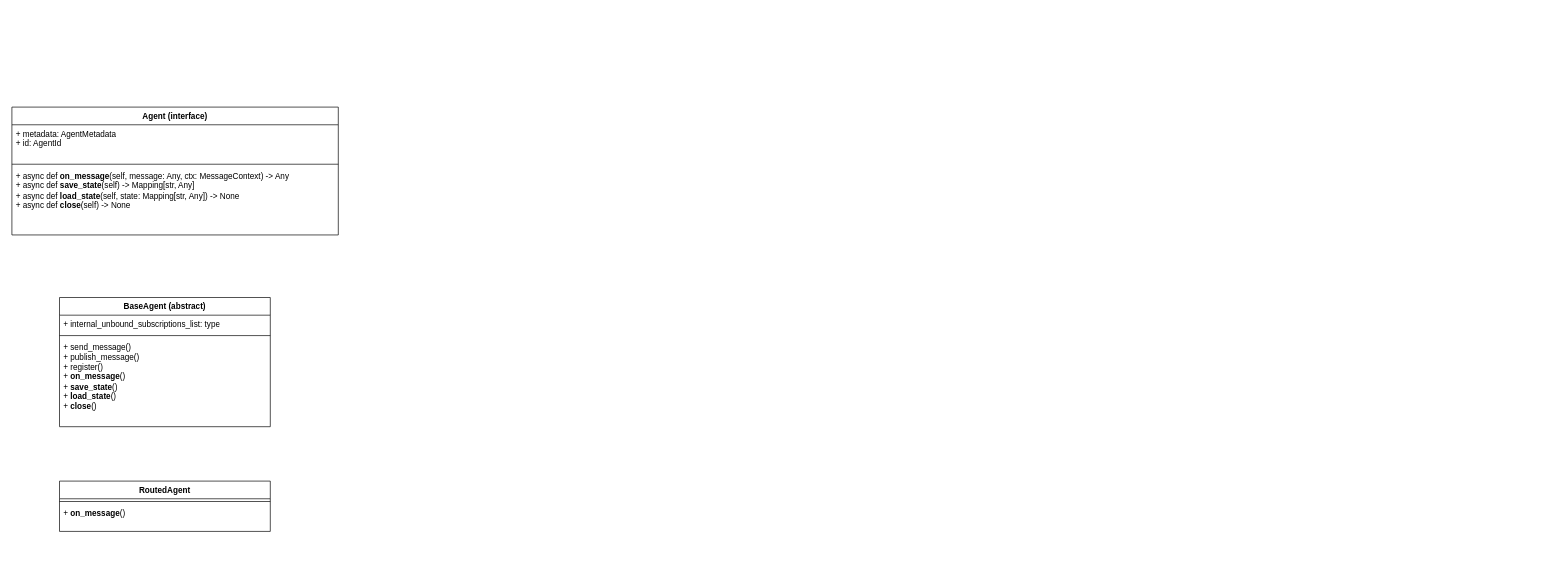
This is page "Core" (1 of 2) of docs/Autogen.drawio from 420-ai/OpenOperator, a draw.io file, before an edit. Source tidied: cells renumbered, new cells numbered last; positions are measured from the earlier drawing's top-left corner, leaving out a move shared by most shapes. Both pictures are drawn from the tidied source at 68%, with x=0, y=0 at pixel (12, 107).
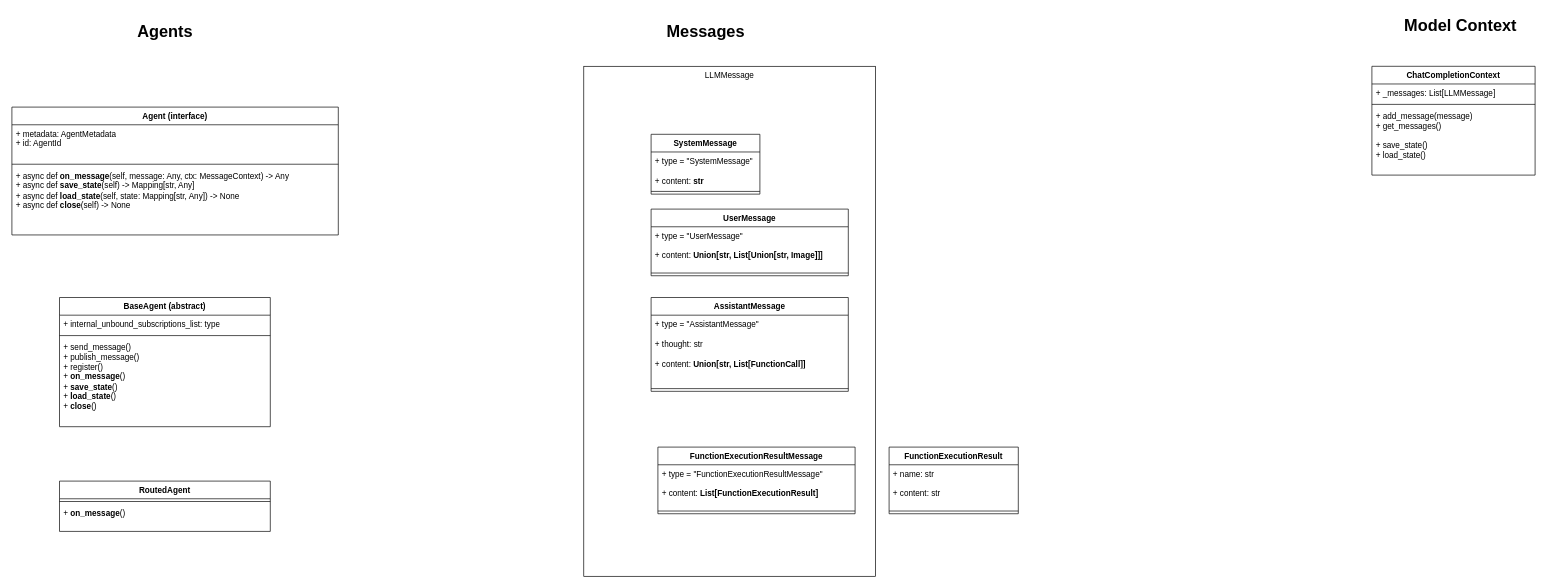
The same diagram, later.

Diff of the diagram source:
```diff
@@
+    <mxCell id="13" value="LLMMessage" style="rounded=0;whiteSpace=wrap;html=1;verticalAlign=top;" parent="1" vertex="1">
+      <mxGeometry x="841" y="-60" width="429" height="750" as="geometry" />
+    </mxCell>
@@
+    <mxCell id="14" value="SystemMessage" style="swimlane;fontStyle=1;align=center;verticalAlign=top;horizontal=1;startSize=26;whiteSpace=wrap;html=1;" parent="1" vertex="1">
+      <mxGeometry x="940" y="40" width="160" height="88" as="geometry" />
+    </mxCell>
+    <mxCell id="15" value="+ type = &quot;SystemMessage&quot;&lt;div&gt;&lt;br&gt;&lt;div&gt;+ content: &lt;b&gt;str&lt;/b&gt;&lt;/div&gt;&lt;/div&gt;" style="text;strokeColor=none;fillColor=none;align=left;verticalAlign=top;spacingLeft=4;spacingRight=4;overflow=hidden;whiteSpace=wrap;html=1;" parent="14" vertex="1">
+      <mxGeometry y="26" width="160" height="54" as="geometry" />
+    </mxCell>
+    <mxCell id="16" style="line;strokeWidth=1;fillColor=none;align=left;verticalAlign=middle;spacingTop=-1;spacingLeft=3;spacingRight=3;labelPosition=right;strokeColor=inherit;" parent="14" vertex="1">
+      <mxGeometry y="80" width="160" height="8" as="geometry" />
+    </mxCell>
+    <mxCell id="17" value="UserMessage" style="swimlane;fontStyle=1;align=center;verticalAlign=top;horizontal=1;startSize=26;whiteSpace=wrap;html=1;" parent="1" vertex="1">
+      <mxGeometry x="940" y="150" width="290" height="98" as="geometry" />
+    </mxCell>
+    <mxCell id="18" value="+ type = &quot;UserMessage&quot;&lt;div&gt;&lt;br&gt;&lt;div&gt;+ content:&amp;nbsp;&lt;b&gt;Union[str, List[Union[str, Image]]]&lt;/b&gt;&lt;/div&gt;&lt;/div&gt;" style="text;strokeColor=none;fillColor=none;align=left;verticalAlign=top;spacingLeft=4;spacingRight=4;overflow=hidden;whiteSpace=wrap;html=1;" parent="17" vertex="1">
+      <mxGeometry y="26" width="290" height="64" as="geometry" />
+    </mxCell>
+    <mxCell id="19" style="line;strokeWidth=1;fillColor=none;align=left;verticalAlign=middle;spacingTop=-1;spacingLeft=3;spacingRight=3;labelPosition=right;strokeColor=inherit;" parent="17" vertex="1">
+      <mxGeometry y="90" width="290" height="8" as="geometry" />
+    </mxCell>
+    <mxCell id="20" value="AssistantMessage" style="swimlane;fontStyle=1;align=center;verticalAlign=top;horizontal=1;startSize=26;whiteSpace=wrap;html=1;" parent="1" vertex="1">
+      <mxGeometry x="940" y="280" width="290" height="138" as="geometry" />
+    </mxCell>
+    <mxCell id="21" value="+ type = &quot;AssistantMessage&quot;&lt;div&gt;&lt;br&gt;&lt;/div&gt;&lt;div&gt;+&amp;nbsp;thought: str&lt;br&gt;&lt;div&gt;&lt;br&gt;&lt;div&gt;+ content:&amp;nbsp;&lt;b&gt;Union[str, List[FunctionCall]]&lt;/b&gt;&lt;/div&gt;&lt;/div&gt;&lt;/div&gt;" style="text;strokeColor=none;fillColor=none;align=left;verticalAlign=top;spacingLeft=4;spacingRight=4;overflow=hidden;whiteSpace=wrap;html=1;" parent="20" vertex="1">
+      <mxGeometry y="26" width="290" height="104" as="geometry" />
+    </mxCell>
+    <mxCell id="22" style="line;strokeWidth=1;fillColor=none;align=left;verticalAlign=middle;spacingTop=-1;spacingLeft=3;spacingRight=3;labelPosition=right;strokeColor=inherit;" parent="20" vertex="1">
+      <mxGeometry y="130" width="290" height="8" as="geometry" />
+    </mxCell>
+    <mxCell id="23" value="FunctionExecutionResult" style="swimlane;fontStyle=1;align=center;verticalAlign=top;horizontal=1;startSize=26;whiteSpace=wrap;html=1;" parent="1" vertex="1">
+      <mxGeometry x="1290" y="500" width="190" height="98" as="geometry" />
+    </mxCell>
+    <mxCell id="24" value="&lt;div&gt;&lt;span style=&quot;background-color: initial;&quot;&gt;+&amp;nbsp;name: str&lt;/span&gt;&lt;/div&gt;&lt;div&gt;&lt;div&gt;&lt;br&gt;&lt;div&gt;+ content: str&lt;/div&gt;&lt;/div&gt;&lt;/div&gt;" style="text;strokeColor=none;fillColor=none;align=left;verticalAlign=top;spacingLeft=4;spacingRight=4;overflow=hidden;whiteSpace=wrap;html=1;" parent="23" vertex="1">
+      <mxGeometry y="26" width="190" height="64" as="geometry" />
+    </mxCell>
+    <mxCell id="25" style="line;strokeWidth=1;fillColor=none;align=left;verticalAlign=middle;spacingTop=-1;spacingLeft=3;spacingRight=3;labelPosition=right;strokeColor=inherit;" parent="23" vertex="1">
+      <mxGeometry y="90" width="190" height="8" as="geometry" />
+    </mxCell>
+    <mxCell id="26" value="FunctionExecutionResultMessage" style="swimlane;fontStyle=1;align=center;verticalAlign=top;horizontal=1;startSize=26;whiteSpace=wrap;html=1;" parent="1" vertex="1">
+      <mxGeometry x="950" y="500" width="290" height="98" as="geometry" />
+    </mxCell>
+    <mxCell id="27" value="&lt;div&gt;&lt;span style=&quot;background-color: initial;&quot;&gt;+ type =&amp;nbsp;&lt;/span&gt;&lt;span style=&quot;background-color: initial;&quot;&gt;&quot;FunctionExecutionResultMessage&quot;&lt;/span&gt;&lt;/div&gt;&lt;div&gt;&lt;div&gt;&lt;br&gt;&lt;div&gt;+ content:&amp;nbsp;&lt;b&gt;List[FunctionExecutionResult]&lt;/b&gt;&lt;/div&gt;&lt;/div&gt;&lt;/div&gt;" style="text;strokeColor=none;fillColor=none;align=left;verticalAlign=top;spacingLeft=4;spacingRight=4;overflow=hidden;whiteSpace=wrap;html=1;" parent="26" vertex="1">
+      <mxGeometry y="26" width="290" height="64" as="geometry" />
+    </mxCell>
+    <mxCell id="28" style="line;strokeWidth=1;fillColor=none;align=left;verticalAlign=middle;spacingTop=-1;spacingLeft=3;spacingRight=3;labelPosition=right;strokeColor=inherit;" parent="26" vertex="1">
+      <mxGeometry y="90" width="290" height="8" as="geometry" />
+    </mxCell>
+    <mxCell id="29" value="Agents" style="text;strokeColor=none;fillColor=none;html=1;fontSize=24;fontStyle=1;verticalAlign=middle;align=center;" parent="1" vertex="1">
+      <mxGeometry x="175" y="-130" width="100" height="40" as="geometry" />
+    </mxCell>
+    <mxCell id="30" value="Messages" style="text;strokeColor=none;fillColor=none;html=1;fontSize=24;fontStyle=1;verticalAlign=middle;align=center;" parent="1" vertex="1">
+      <mxGeometry x="970" y="-130" width="100" height="40" as="geometry" />
+    </mxCell>
+    <mxCell id="31" value="Model Context" style="text;strokeColor=none;fillColor=none;html=1;fontSize=24;fontStyle=1;verticalAlign=middle;align=center;" parent="1" vertex="1">
+      <mxGeometry x="2080" y="-140" width="100" height="40" as="geometry" />
+    </mxCell>
+    <mxCell id="32" value="ChatCompletionContext" style="swimlane;fontStyle=1;align=center;verticalAlign=top;horizontal=1;startSize=26;whiteSpace=wrap;html=1;" parent="1" vertex="1">
+      <mxGeometry x="2000" y="-60" width="240" height="160" as="geometry" />
+    </mxCell>
+    <mxCell id="33" value="+&amp;nbsp;_messages: List[LLMMessage]" style="text;strokeColor=none;fillColor=none;align=left;verticalAlign=top;spacingLeft=4;spacingRight=4;overflow=hidden;whiteSpace=wrap;html=1;" parent="32" vertex="1">
+      <mxGeometry y="26" width="240" height="26" as="geometry" />
+    </mxCell>
+    <mxCell id="34" style="line;strokeWidth=1;fillColor=none;align=left;verticalAlign=middle;spacingTop=-1;spacingLeft=3;spacingRight=3;labelPosition=right;strokeColor=inherit;" parent="32" vertex="1">
+      <mxGeometry y="52" width="240" height="8" as="geometry" />
+    </mxCell>
+    <mxCell id="35" value="+ add_message(message)&lt;div&gt;+ get_messages()&lt;/div&gt;&lt;div&gt;&lt;br&gt;&lt;/div&gt;&lt;div&gt;+ save_state()&lt;/div&gt;&lt;div&gt;+ load_state()&lt;/div&gt;" style="text;strokeColor=none;fillColor=none;align=left;verticalAlign=top;spacingLeft=4;spacingRight=4;overflow=hidden;whiteSpace=wrap;html=1;" parent="32" vertex="1">
+      <mxGeometry y="60" width="240" height="100" as="geometry" />
+    </mxCell>
```
